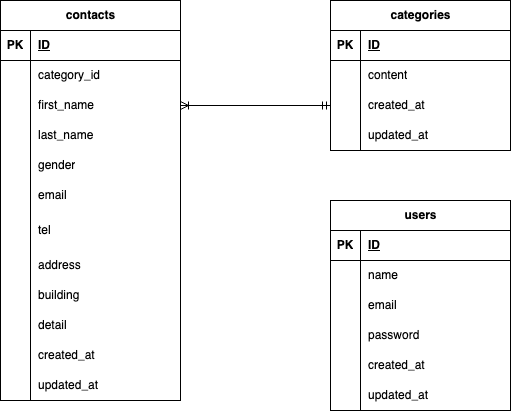
This is src/.drawio.png from kvujic/contact-form, a draw.io export, as it was before one commit. Source tidied: cells renumbered, new cells last; positions are measured from the earlier drawing's top-left corner, leaving out a move shared by most shapes.
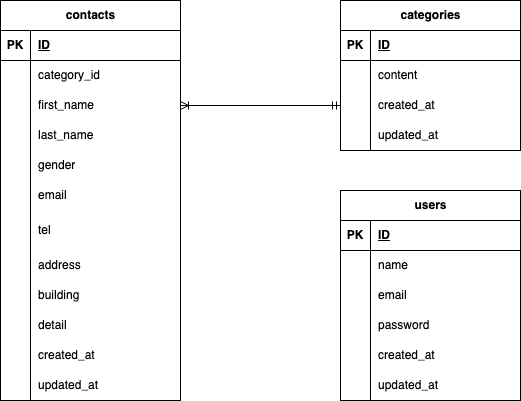
Later version of the same file.

Change to the diagram source:
```diff
@@ -1,9 +1,9 @@
-<mxGraphModel>
+<mxGraphModel background="#FFFFFF">
   <root>
     <mxCell id="0" />
     <mxCell id="1" parent="0" />
-    <mxCell id="2" value="contacts" style="shape=table;startSize=30;rowLines=0;fontStyle=1;align=center;html=1;" parent="1" vertex="1">
-      <mxGeometry width="180" height="400" as="geometry" />
+    <mxCell id="2" value="contacts" style="shape=table;startSize=30;rowLines=0;fontStyle=1;align=center;html=1;shadow=0;swimlaneFillColor=default;" parent="1" vertex="1">
+      <mxGeometry x="200" width="180" height="400" as="geometry" />
     </mxCell>
     <mxCell id="3" style="shape=tableRow;horizontal=0;startSize=0;swimlaneHead=0;swimlaneBody=0;fillColor=none;top=0;left=0;right=0;bottom=1;" parent="2" vertex="1">
       <mxGeometry y="30" width="180" height="30" as="geometry" />
@@ -113,8 +113,8 @@
     <mxCell id="38" value="updated_at" style="shape=partialRectangle;fillColor=none;top=0;left=0;bottom=0;right=0;align=left;spacingLeft=6;overflow=hidden;whiteSpace=wrap;html=1;" parent="36" vertex="1">
       <mxGeometry x="30" width="150" height="30" as="geometry" />
     </mxCell>
-    <mxCell id="39" value="categories" style="shape=table;startSize=30;rowLines=0;fontStyle=1;align=center;html=1;" parent="1" vertex="1">
-      <mxGeometry x="330" width="180" height="150" as="geometry" />
+    <mxCell id="39" value="categories" style="shape=table;startSize=30;rowLines=0;fontStyle=1;align=center;html=1;swimlaneFillColor=default;" parent="1" vertex="1">
+      <mxGeometry x="540" width="180" height="150" as="geometry" />
     </mxCell>
     <mxCell id="40" style="shape=tableRow;horizontal=0;startSize=0;swimlaneHead=0;swimlaneBody=0;fillColor=none;top=0;left=0;right=0;bottom=1;" parent="39" vertex="1">
       <mxGeometry y="30" width="180" height="30" as="geometry" />
@@ -122,7 +122,7 @@
     <mxCell id="41" value="PK" style="shape=partialRectangle;fillColor=none;top=0;left=0;bottom=0;right=0;fontStyle=1;overflow=hidden;whiteSpace=wrap;html=1;" parent="40" vertex="1">
       <mxGeometry width="30" height="30" as="geometry" />
     </mxCell>
-    <mxCell id="42" value="ID" style="shape=partialRectangle;fillColor=none;top=0;left=0;bottom=0;right=0;align=left;spacingLeft=6;fontStyle=5;overflow=hidden;whiteSpace=wrap;html=1;" parent="40" vertex="1">
+    <mxCell id="42" value="&lt;span style=&quot;background-color: light-dark(#ffffff, var(--ge-dark-color, #121212));&quot;&gt;ID&lt;/span&gt;" style="shape=partialRectangle;fillColor=none;top=0;left=0;bottom=0;right=0;align=left;spacingLeft=6;fontStyle=5;overflow=hidden;whiteSpace=wrap;html=1;" parent="40" vertex="1">
       <mxGeometry x="30" width="150" height="30" as="geometry" />
     </mxCell>
     <mxCell id="43" style="shape=tableRow;horizontal=0;startSize=0;swimlaneHead=0;swimlaneBody=0;fillColor=none;top=0;left=0;right=0;bottom=0;" parent="39" vertex="1">
@@ -152,8 +152,8 @@
     <mxCell id="51" value="updated_at" style="shape=partialRectangle;fillColor=none;top=0;left=0;bottom=0;right=0;align=left;spacingLeft=6;overflow=hidden;whiteSpace=wrap;html=1;" parent="49" vertex="1">
       <mxGeometry x="30" width="150" height="30" as="geometry" />
     </mxCell>
-    <mxCell id="52" value="users" style="shape=table;startSize=30;rowLines=0;fontStyle=1;align=center;html=1;" parent="1" vertex="1">
-      <mxGeometry x="330" y="200" width="180" height="210" as="geometry" />
+    <mxCell id="52" value="users" style="shape=table;startSize=30;rowLines=0;fontStyle=1;align=center;html=1;swimlaneFillColor=default;" parent="1" vertex="1">
+      <mxGeometry x="540" y="190" width="180" height="210" as="geometry" />
     </mxCell>
     <mxCell id="53" style="shape=tableRow;horizontal=0;startSize=0;swimlaneHead=0;swimlaneBody=0;fillColor=none;top=0;left=0;right=0;bottom=1;" parent="52" vertex="1">
       <mxGeometry y="30" width="180" height="30" as="geometry" />
```
